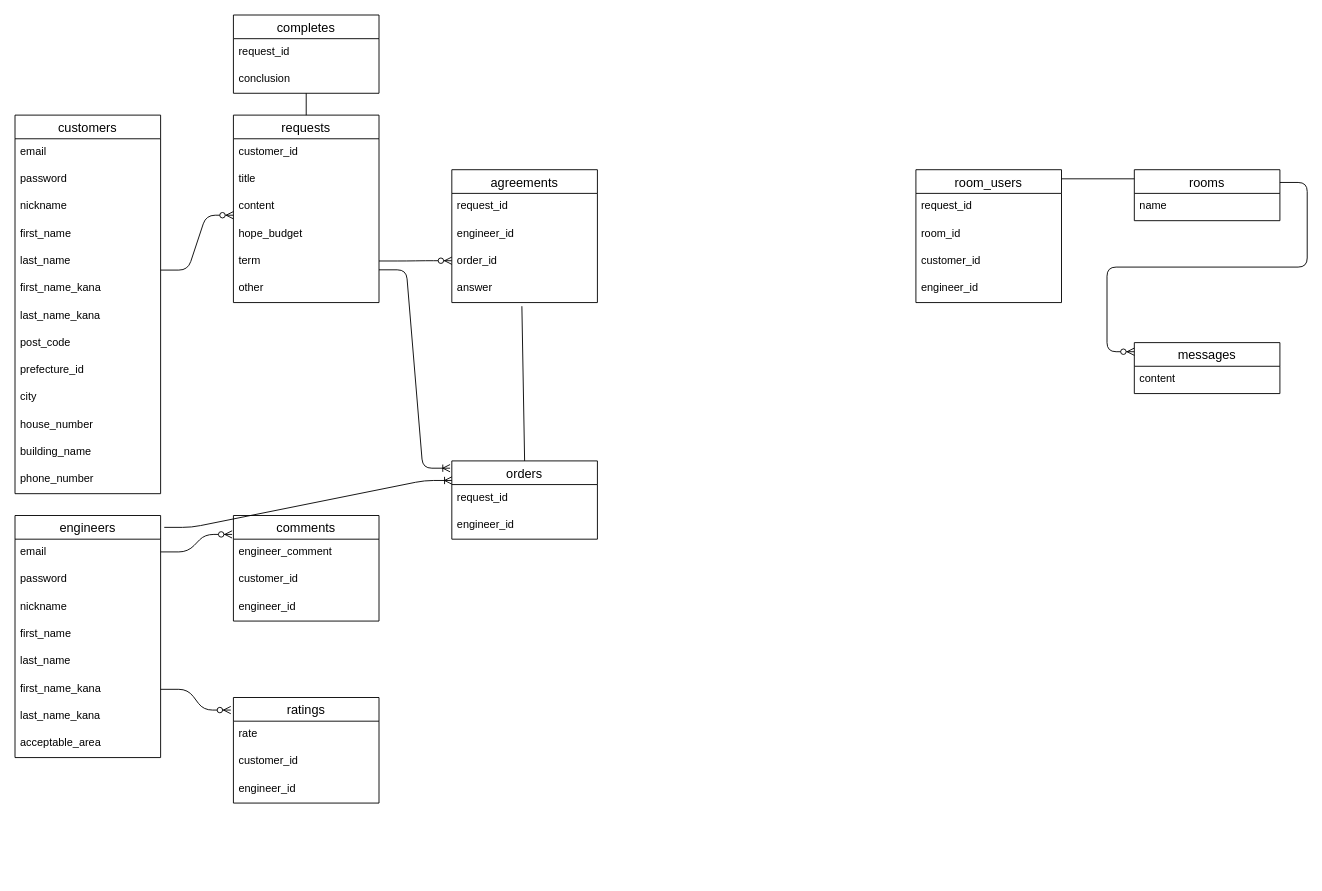
ikun2019/exece_bridge keeps this draw.io diagram as er.dio. Above is the earlier version. Source tidied: cells renumbered, new cells numbered last; positions are measured from the earlier drawing's top-left corner, leaving out a move shared by most shapes. Both pictures are drawn from the tidied source at 91%, with x=0, y=0 at pixel (15, 15).
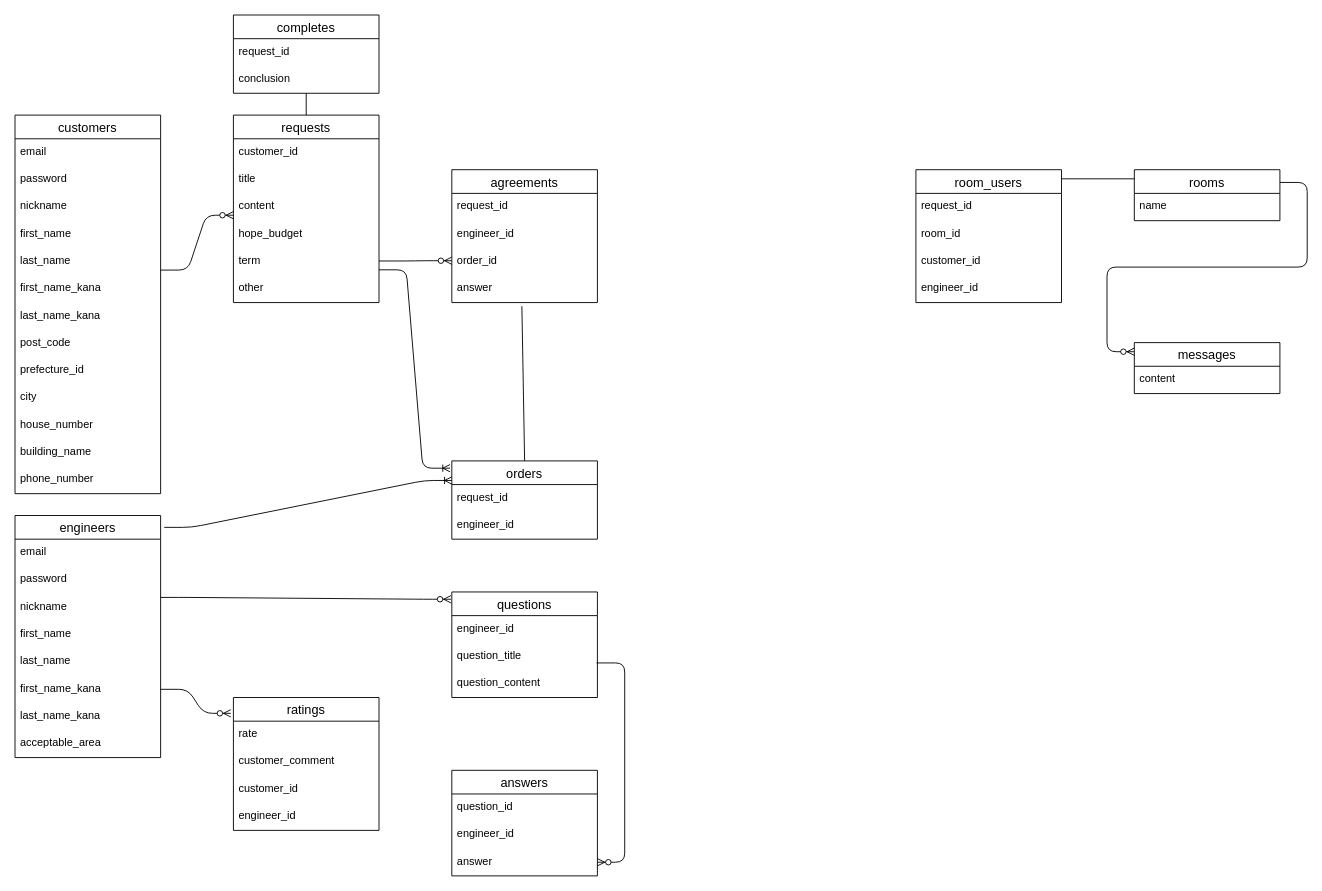
The same page after the edit.

What changed in the source:
```diff
@@
     <mxCell id="25" value="ratings" style="swimlane;fontStyle=0;horizontal=1;startSize=26;align=center;fontSize=14;" parent="1" vertex="1">
-      <mxGeometry x="240" y="750" width="160" height="116" as="geometry" />
+      <mxGeometry x="240" y="750" width="160" height="146" as="geometry" />
     </mxCell>
@@
+    <mxCell id="70" value="customer_comment" style="text;strokeColor=none;fillColor=none;spacingLeft=4;spacingRight=4;overflow=hidden;fontSize=12;" parent="25" vertex="1">
+      <mxGeometry y="56" width="160" height="30" as="geometry" />
+    </mxCell>
     <mxCell id="27" value="customer_id" style="text;strokeColor=none;fillColor=none;spacingLeft=4;spacingRight=4;overflow=hidden;fontSize=12;" parent="25" vertex="1">
-      <mxGeometry y="56" width="160" height="30" as="geometry" />
+      <mxGeometry y="86" width="160" height="30" as="geometry" />
     </mxCell>
     <mxCell id="28" value="engineer_id" style="text;strokeColor=none;fillColor=none;spacingLeft=4;spacingRight=4;overflow=hidden;fontSize=12;" parent="25" vertex="1">
-      <mxGeometry y="86" width="160" height="30" as="geometry" />
+      <mxGeometry y="116" width="160" height="30" as="geometry" />
     </mxCell>
@@
-    <mxCell id="30" value="comments" style="swimlane;fontStyle=0;horizontal=1;startSize=26;align=center;fontSize=14;" parent="1" vertex="1">
-      <mxGeometry x="240" y="550" width="160" height="116" as="geometry" />
-    </mxCell>
-    <mxCell id="31" value="engineer_comment" style="text;strokeColor=none;fillColor=none;spacingLeft=4;spacingRight=4;overflow=hidden;fontSize=12;" parent="30" vertex="1">
-      <mxGeometry y="26" width="160" height="30" as="geometry" />
-    </mxCell>
-    <mxCell id="32" value="customer_id" style="text;strokeColor=none;fillColor=none;spacingLeft=4;spacingRight=4;overflow=hidden;fontSize=12;" parent="30" vertex="1">
-      <mxGeometry y="56" width="160" height="30" as="geometry" />
-    </mxCell>
-    <mxCell id="33" value="engineer_id" style="text;strokeColor=none;fillColor=none;spacingLeft=4;spacingRight=4;overflow=hidden;fontSize=12;" parent="30" vertex="1">
-      <mxGeometry y="86" width="160" height="30" as="geometry" />
-    </mxCell>
-    <mxCell id="34" style="edgeStyle=entityRelationEdgeStyle;fontSize=12;html=1;endArrow=ERzeroToMany;endFill=1;entryX=-0.009;entryY=0.179;entryDx=0;entryDy=0;entryPerimeter=0;" parent="1" edge="1" target="30">
-      <mxGeometry relative="1" as="geometry">
-        <mxPoint x="160" y="590" as="sourcePoint" />
-      </mxGeometry>
-    </mxCell>
@@
+    <mxCell id="71" value="questions" style="swimlane;fontStyle=0;horizontal=1;startSize=26;align=center;fontSize=14;" parent="1" vertex="1">
+      <mxGeometry x="480" y="634" width="160" height="116" as="geometry" />
+    </mxCell>
+    <mxCell id="72" value="engineer_id" style="text;strokeColor=none;fillColor=none;spacingLeft=4;spacingRight=4;overflow=hidden;fontSize=12;" parent="71" vertex="1">
+      <mxGeometry y="26" width="160" height="30" as="geometry" />
+    </mxCell>
+    <mxCell id="73" value="question_title" style="text;strokeColor=none;fillColor=none;spacingLeft=4;spacingRight=4;overflow=hidden;points=[[0,0.5],[1,0.5]];portConstraint=eastwest;fontSize=12;" parent="71" vertex="1">
+      <mxGeometry y="56" width="160" height="30" as="geometry" />
+    </mxCell>
+    <mxCell id="74" value="question_content" style="text;strokeColor=none;fillColor=none;spacingLeft=4;spacingRight=4;overflow=hidden;fontSize=12;" parent="71" vertex="1">
+      <mxGeometry y="86" width="160" height="30" as="geometry" />
+    </mxCell>
+    <mxCell id="75" style="edgeStyle=entityRelationEdgeStyle;fontSize=12;html=1;endArrow=ERzeroToMany;endFill=1;entryX=-0.006;entryY=0.069;entryDx=0;entryDy=0;entryPerimeter=0;" parent="1" edge="1" target="71">
+      <mxGeometry relative="1" as="geometry">
+        <mxPoint x="160" y="640" as="sourcePoint" />
+      </mxGeometry>
+    </mxCell>
+    <mxCell id="76" value="answers" style="swimlane;fontStyle=0;horizontal=1;startSize=26;align=center;fontSize=14;" parent="1" vertex="1">
+      <mxGeometry x="480" y="830" width="160" height="116" as="geometry" />
+    </mxCell>
+    <mxCell id="77" value="question_id" style="text;strokeColor=none;fillColor=none;spacingLeft=4;spacingRight=4;overflow=hidden;fontSize=12;" parent="76" vertex="1">
+      <mxGeometry y="26" width="160" height="30" as="geometry" />
+    </mxCell>
+    <mxCell id="78" value="engineer_id" style="text;strokeColor=none;fillColor=none;spacingLeft=4;spacingRight=4;overflow=hidden;fontSize=12;" parent="76" vertex="1">
+      <mxGeometry y="56" width="160" height="30" as="geometry" />
+    </mxCell>
+    <mxCell id="79" value="answer" style="text;strokeColor=none;fillColor=none;spacingLeft=4;spacingRight=4;overflow=hidden;points=[[0,0.5],[1,0.5]];portConstraint=eastwest;fontSize=12;" parent="76" vertex="1">
+      <mxGeometry y="86" width="160" height="30" as="geometry" />
+    </mxCell>
+    <mxCell id="80" style="edgeStyle=entityRelationEdgeStyle;fontSize=12;html=1;endArrow=ERzeroToMany;endFill=1;exitX=0.994;exitY=0.733;exitDx=0;exitDy=0;exitPerimeter=0;" parent="1" edge="1" source="73" target="79">
+      <mxGeometry relative="1" as="geometry" />
+    </mxCell>
```
